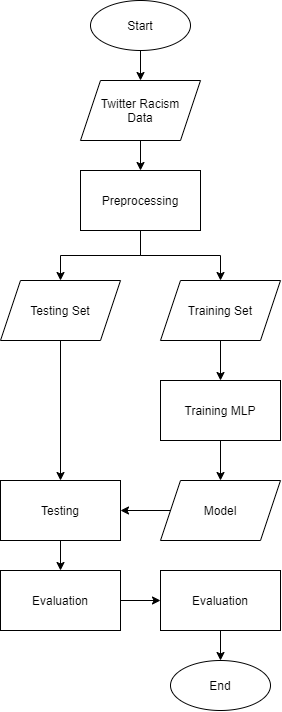
This is flowchart.png from alfhi24/FinalProjectDTI, a draw.io export, as it was before one commit. Source tidied: cells renumbered, new cells last; positions are measured from the earlier drawing's top-left corner, leaving out a move shared by most shapes. The source it was exported from:
```xml
<mxGraphModel>
  <root>
    <mxCell id="0" />
    <mxCell id="1" parent="0" />
    <mxCell id="2" style="edgeStyle=orthogonalEdgeStyle;rounded=0;jettySize=auto;html=1;exitX=0.5;exitY=1;exitDx=0;exitDy=0;" parent="1" edge="1" source="3" target="6">
      <mxGeometry relative="1" as="geometry" />
    </mxCell>
    <mxCell id="3" value="Twitter Racism&lt;br&gt;Data" style="shape=parallelogram;perimeter=parallelogramPerimeter;whiteSpace=wrap;html=1;fixedSize=1;" parent="1" vertex="1">
      <mxGeometry x="80" y="80" width="120" height="60" as="geometry" />
    </mxCell>
    <mxCell id="4" style="edgeStyle=orthogonalEdgeStyle;rounded=0;jettySize=auto;html=1;exitX=0.5;exitY=1;exitDx=0;exitDy=0;" parent="1" edge="1" source="6" target="10">
      <mxGeometry relative="1" as="geometry" />
    </mxCell>
    <mxCell id="5" style="edgeStyle=orthogonalEdgeStyle;rounded=0;jettySize=auto;html=1;exitX=0.5;exitY=1;exitDx=0;exitDy=0;entryX=0.5;entryY=0;entryDx=0;entryDy=0;" parent="1" edge="1" source="6" target="12">
      <mxGeometry relative="1" as="geometry" />
    </mxCell>
    <mxCell id="6" value="Preprocessing" style="rounded=0;whiteSpace=wrap;html=1;" parent="1" vertex="1">
      <mxGeometry x="80" y="170" width="120" height="60" as="geometry" />
    </mxCell>
    <mxCell id="7" style="edgeStyle=orthogonalEdgeStyle;rounded=0;jettySize=auto;html=1;exitX=0.5;exitY=1;exitDx=0;exitDy=0;" parent="1" edge="1" source="8" target="3">
      <mxGeometry relative="1" as="geometry" />
    </mxCell>
    <mxCell id="8" value="Start" style="ellipse;whiteSpace=wrap;html=1;" parent="1" vertex="1">
      <mxGeometry x="90" width="100" height="50" as="geometry" />
    </mxCell>
    <mxCell id="9" style="edgeStyle=orthogonalEdgeStyle;rounded=0;jettySize=auto;html=1;exitX=0.5;exitY=1;exitDx=0;exitDy=0;" parent="1" edge="1" source="10" target="14">
      <mxGeometry relative="1" as="geometry" />
    </mxCell>
    <mxCell id="10" value="Training Set" style="shape=parallelogram;perimeter=parallelogramPerimeter;whiteSpace=wrap;html=1;fixedSize=1;" parent="1" vertex="1">
      <mxGeometry x="160" y="280" width="120" height="60" as="geometry" />
    </mxCell>
    <mxCell id="11" style="edgeStyle=orthogonalEdgeStyle;rounded=0;jettySize=auto;html=1;exitX=0.5;exitY=1;exitDx=0;exitDy=0;" parent="1" edge="1" source="12" target="18">
      <mxGeometry relative="1" as="geometry" />
    </mxCell>
    <mxCell id="12" value="Testing Set" style="shape=parallelogram;perimeter=parallelogramPerimeter;whiteSpace=wrap;html=1;fixedSize=1;" parent="1" vertex="1">
      <mxGeometry y="280" width="120" height="60" as="geometry" />
    </mxCell>
    <mxCell id="13" style="edgeStyle=orthogonalEdgeStyle;rounded=0;jettySize=auto;html=1;exitX=0.5;exitY=1;exitDx=0;exitDy=0;entryX=0.5;entryY=0;entryDx=0;entryDy=0;" parent="1" edge="1" source="14" target="16">
      <mxGeometry relative="1" as="geometry" />
    </mxCell>
    <mxCell id="14" value="Training MLP" style="rounded=0;whiteSpace=wrap;html=1;" parent="1" vertex="1">
      <mxGeometry x="160" y="380" width="120" height="60" as="geometry" />
    </mxCell>
    <mxCell id="15" style="edgeStyle=orthogonalEdgeStyle;rounded=0;jettySize=auto;html=1;exitX=0;exitY=0.5;exitDx=0;exitDy=0;entryX=1;entryY=0.5;entryDx=0;entryDy=0;" parent="1" edge="1" source="16" target="18">
      <mxGeometry relative="1" as="geometry" />
    </mxCell>
    <mxCell id="16" value="Model" style="shape=parallelogram;perimeter=parallelogramPerimeter;whiteSpace=wrap;html=1;fixedSize=1;" parent="1" vertex="1">
      <mxGeometry x="160" y="480" width="120" height="60" as="geometry" />
    </mxCell>
    <mxCell id="17" style="edgeStyle=orthogonalEdgeStyle;rounded=0;jettySize=auto;html=1;exitX=0.5;exitY=1;exitDx=0;exitDy=0;" parent="1" edge="1" source="18" target="20">
      <mxGeometry relative="1" as="geometry" />
    </mxCell>
    <mxCell id="18" value="Testing" style="rounded=0;whiteSpace=wrap;html=1;" parent="1" vertex="1">
      <mxGeometry y="480" width="120" height="60" as="geometry" />
    </mxCell>
    <mxCell id="19" style="edgeStyle=orthogonalEdgeStyle;rounded=0;jettySize=auto;html=1;exitX=1;exitY=0.5;exitDx=0;exitDy=0;" parent="1" edge="1" source="20" target="24">
      <mxGeometry relative="1" as="geometry" />
    </mxCell>
    <mxCell id="20" value="Evaluation" style="rounded=0;whiteSpace=wrap;html=1;" parent="1" vertex="1">
      <mxGeometry y="570" width="120" height="60" as="geometry" />
    </mxCell>
    <mxCell id="21" style="edgeStyle=orthogonalEdgeStyle;rounded=0;orthogonalLoop=1;jettySize=auto;html=1;exitX=0.5;exitY=1;exitDx=0;exitDy=0;" parent="1" edge="1" source="8" target="8">
      <mxGeometry relative="1" as="geometry" />
    </mxCell>
    <mxCell id="22" value="End" style="ellipse;whiteSpace=wrap;html=1;" parent="1" vertex="1">
      <mxGeometry x="170" y="660" width="100" height="50" as="geometry" />
    </mxCell>
    <mxCell id="23" style="edgeStyle=orthogonalEdgeStyle;rounded=0;jettySize=auto;html=1;exitX=0.5;exitY=1;exitDx=0;exitDy=0;" parent="1" edge="1" source="24" target="22">
      <mxGeometry relative="1" as="geometry" />
    </mxCell>
    <mxCell id="24" value="Evaluation" style="rounded=0;whiteSpace=wrap;html=1;" parent="1" vertex="1">
      <mxGeometry x="160" y="570" width="120" height="60" as="geometry" />
    </mxCell>
  </root>
</mxGraphModel>
```
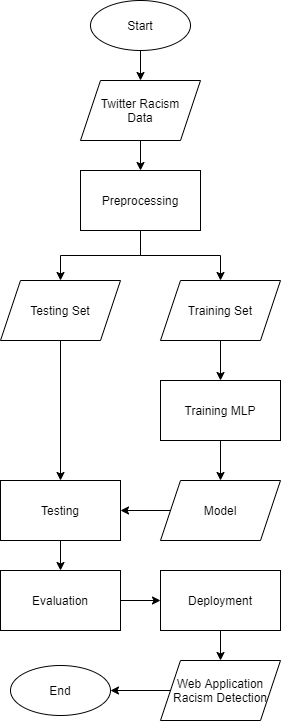
The same file after the commit.

The edit, as a diff of the source:
```diff
@@ -63,13 +63,19 @@
       <mxGeometry relative="1" as="geometry" />
     </mxCell>
     <mxCell id="22" value="End" style="ellipse;whiteSpace=wrap;html=1;" parent="1" vertex="1">
-      <mxGeometry x="170" y="660" width="100" height="50" as="geometry" />
+      <mxGeometry x="10" y="665" width="100" height="50" as="geometry" />
     </mxCell>
-    <mxCell id="23" style="edgeStyle=orthogonalEdgeStyle;rounded=0;jettySize=auto;html=1;exitX=0.5;exitY=1;exitDx=0;exitDy=0;" parent="1" edge="1" source="24" target="22">
+    <mxCell id="23" style="edgeStyle=orthogonalEdgeStyle;rounded=0;jettySize=auto;html=1;exitX=0.5;exitY=1;exitDx=0;exitDy=0;" parent="1" edge="1" source="24" target="26">
       <mxGeometry relative="1" as="geometry" />
     </mxCell>
-    <mxCell id="24" value="Evaluation" style="rounded=0;whiteSpace=wrap;html=1;" parent="1" vertex="1">
+    <mxCell id="24" value="Deployment" style="rounded=0;whiteSpace=wrap;html=1;" parent="1" vertex="1">
       <mxGeometry x="160" y="570" width="120" height="60" as="geometry" />
     </mxCell>
+    <mxCell id="25" style="edgeStyle=orthogonalEdgeStyle;rounded=0;jettySize=auto;html=1;exitX=0;exitY=0.5;exitDx=0;exitDy=0;entryX=1;entryY=0.5;entryDx=0;entryDy=0;" parent="1" edge="1" source="26" target="22">
+      <mxGeometry relative="1" as="geometry" />
+    </mxCell>
+    <mxCell id="26" value="Web Application Racism Detection" style="shape=parallelogram;perimeter=parallelogramPerimeter;whiteSpace=wrap;html=1;fixedSize=1;" parent="1" vertex="1">
+      <mxGeometry x="160" y="660" width="120" height="60" as="geometry" />
+    </mxCell>
   </root>
 </mxGraphModel>
```
